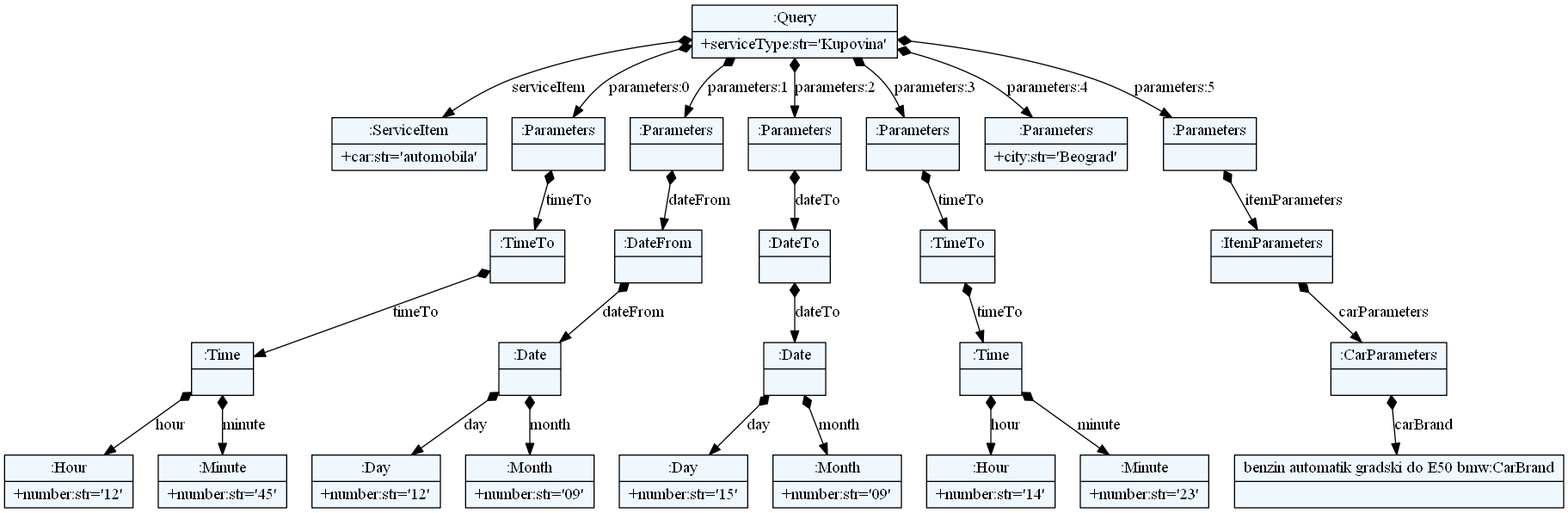
Above: textXGrammar/test.png in ftnE2-tim1-2016-17/jsd (Graphviz), before the change. Its source is kept beside it as textXGrammar/test.dot.
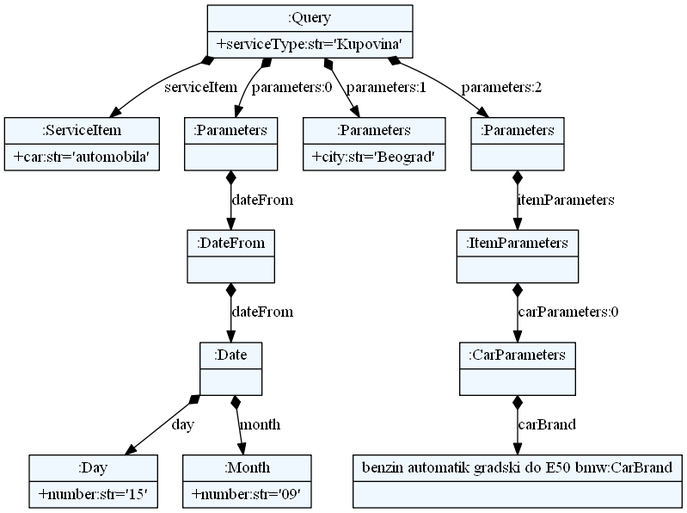
Above is the later version.

Change to the diagram source:
```diff
@@ -10,59 +10,29 @@
     edge[dir=black,arrowtail=empty]
 
 
-74259728 -> 74259824 [label="serviceItem" arrowtail=diamond dir=both]
-74259824[label="{:ServiceItem|+car:str='automobila'\l}"]
-74259728 -> 74266288 [label="parameters:0" arrowtail=diamond dir=both]
-74266288 -> 74266064 [label="timeTo" arrowtail=diamond dir=both]
-74266064 -> 74266480 [label="timeTo" arrowtail=diamond dir=both]
-74266480 -> 74266448 [label="hour" arrowtail=diamond dir=both]
-74266448[label="{:Hour|+number:str='12'\l}"]
-74266480 -> 74266384 [label="minute" arrowtail=diamond dir=both]
-74266384[label="{:Minute|+number:str='45'\l}"]
-74266480[label="{:Time|}"]
-74266064[label="{:TimeTo|}"]
-74266288[label="{:Parameters|}"]
-74259728 -> 74266128 [label="parameters:1" arrowtail=diamond dir=both]
-74266128 -> 74260144 [label="dateFrom" arrowtail=diamond dir=both]
-74260144 -> 74266544 [label="dateFrom" arrowtail=diamond dir=both]
-74266544 -> 74266896 [label="day" arrowtail=diamond dir=both]
-74266896[label="{:Day|+number:str='12'\l}"]
-74266544 -> 74266832 [label="month" arrowtail=diamond dir=both]
-74266832[label="{:Month|+number:str='09'\l}"]
-74266544[label="{:Date|}"]
-74260144[label="{:DateFrom|}"]
-74266128[label="{:Parameters|}"]
-74259728 -> 74258352 [label="parameters:2" arrowtail=diamond dir=both]
-74258352 -> 74266512 [label="dateTo" arrowtail=diamond dir=both]
-74266512 -> 74266864 [label="dateTo" arrowtail=diamond dir=both]
-74266864 -> 74266992 [label="day" arrowtail=diamond dir=both]
-74266992[label="{:Day|+number:str='15'\l}"]
-74266864 -> 74267024 [label="month" arrowtail=diamond dir=both]
-74267024[label="{:Month|+number:str='09'\l}"]
-74266864[label="{:Date|}"]
-74266512[label="{:DateTo|}"]
-74258352[label="{:Parameters|}"]
-74259728 -> 74266640 [label="parameters:3" arrowtail=diamond dir=both]
-74266640 -> 74266800 [label="timeTo" arrowtail=diamond dir=both]
-74266800 -> 74267056 [label="timeTo" arrowtail=diamond dir=both]
-74267056 -> 74267088 [label="hour" arrowtail=diamond dir=both]
-74267088[label="{:Hour|+number:str='14'\l}"]
-74267056 -> 74267184 [label="minute" arrowtail=diamond dir=both]
-74267184[label="{:Minute|+number:str='23'\l}"]
-74267056[label="{:Time|}"]
-74266800[label="{:TimeTo|}"]
-74266640[label="{:Parameters|}"]
-74259728 -> 74266416 [label="parameters:4" arrowtail=diamond dir=both]
-74266416[label="{:Parameters|+city:str='Beograd'\l}"]
-74259728 -> 74266928 [label="parameters:5" arrowtail=diamond dir=both]
-74266928 -> 74266960 [label="itemParameters" arrowtail=diamond dir=both]
-74266960 -> 74267280 [label="carParameters" arrowtail=diamond dir=both]
-74267280 -> 74267344 [label="carBrand" arrowtail=diamond dir=both]
-74267344[label="{benzin automatik gradski do E50 bmw
+61749744 -> 61749584 [label="serviceItem" arrowtail=diamond dir=both]
+61749584[label="{:ServiceItem|+car:str='automobila'\l}"]
+61749744 -> 61749616 [label="parameters:0" arrowtail=diamond dir=both]
+61749616 -> 61748464 [label="dateFrom" arrowtail=diamond dir=both]
+61748464 -> 61747696 [label="dateFrom" arrowtail=diamond dir=both]
+61747696 -> 61750096 [label="day" arrowtail=diamond dir=both]
+61750096[label="{:Day|+number:str='15'\l}"]
+61747696 -> 61749840 [label="month" arrowtail=diamond dir=both]
+61749840[label="{:Month|+number:str='09'\l}"]
+61747696[label="{:Date|}"]
+61748464[label="{:DateFrom|}"]
+61749616[label="{:Parameters|}"]
+61749744 -> 61748752 [label="parameters:1" arrowtail=diamond dir=both]
+61748752[label="{:Parameters|+city:str='Beograd'\l}"]
+61749744 -> 61747792 [label="parameters:2" arrowtail=diamond dir=both]
+61747792 -> 61747888 [label="itemParameters" arrowtail=diamond dir=both]
+61747888 -> 61749904 [label="carParameters:0" arrowtail=diamond dir=both]
+61749904 -> 61749872 [label="carBrand" arrowtail=diamond dir=both]
+61749872[label="{benzin automatik gradski do E50 bmw
 :CarBrand|}"]
-74267280[label="{:CarParameters|}"]
-74266960[label="{:ItemParameters|}"]
-74266928[label="{:Parameters|}"]
-74259728[label="{:Query|+serviceType:str='Kupovina'\l}"]
+61749904[label="{:CarParameters|}"]
+61747888[label="{:ItemParameters|}"]
+61747792[label="{:Parameters|}"]
+61749744[label="{:Query|+serviceType:str='Kupovina'\l}"]
 
 }
```
